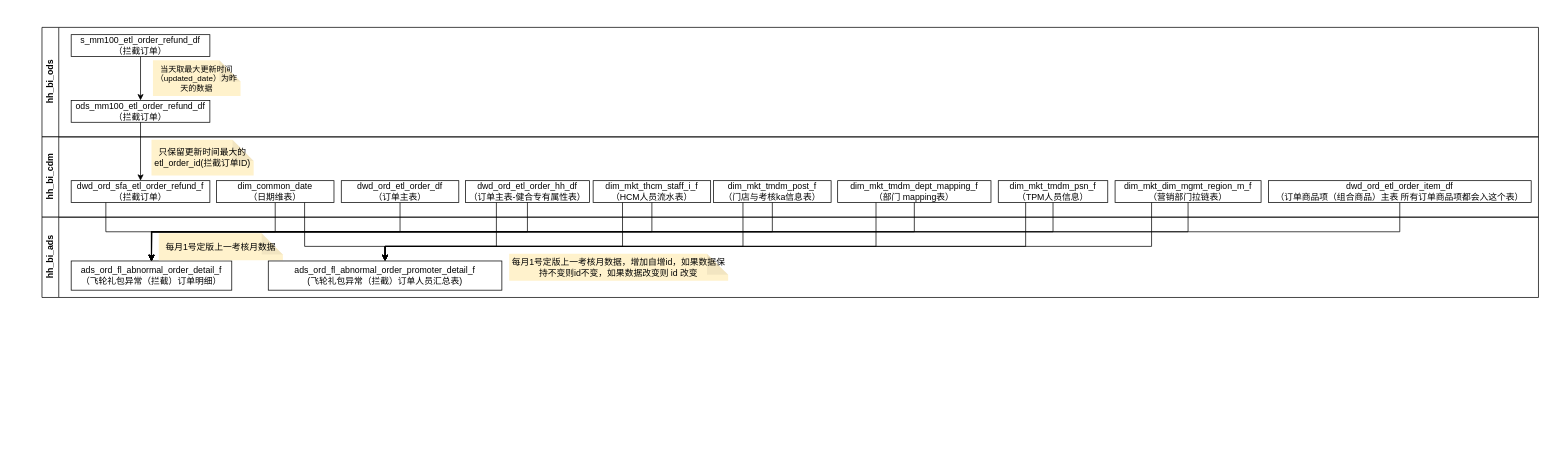
ztacode/drawio keeps this draw.io diagram as SAW飞轮拦截(新).drawio. Above is the earlier version. Source tidied: cells renumbered, new cells numbered last; positions are measured from the earlier drawing's top-left corner, leaving out a move shared by most shapes. Both pictures are drawn from the tidied source at 73%, with x=0, y=0 at pixel (42, 27).
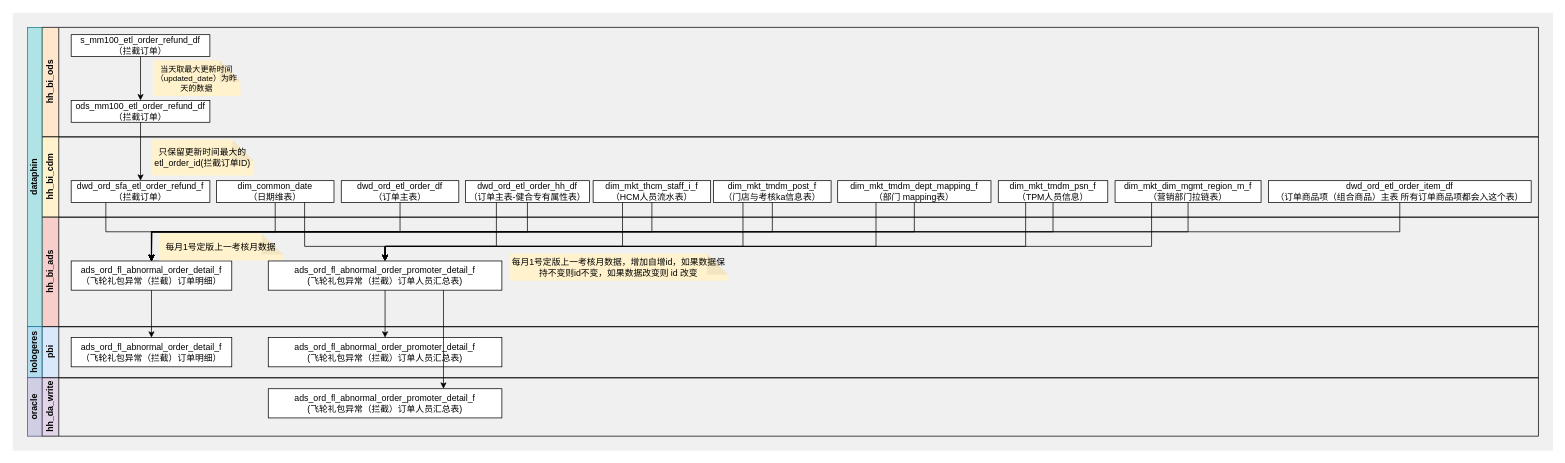
After the change.

Commit message:
更新SAW飞轮拦截(新).drawio

Unchanged cells that the change refers to:
```xml
<mxCell id="22" value="ads_ord_fl_abnormal_order_detail_f&lt;br&gt;（飞轮礼包异常（拦截）订单明细）" style="rounded=0;whiteSpace=wrap;html=1;" parent="21" vertex="1">
  <mxGeometry x="40" y="60" width="220" height="40" as="geometry" />
</mxCell>
<mxCell id="24" value="ads_ord_fl_abnormal_order_promoter_detail_f&lt;br&gt;(飞轮礼包异常（拦截）订单人员汇总表)" style="rounded=0;whiteSpace=wrap;html=1;" parent="21" vertex="1">
  <mxGeometry x="310" y="60" width="320" height="40" as="geometry" />
</mxCell>
```

Change to the diagram source:
```diff
@@
+    <mxCell id="42" style="rounded=0;whiteSpace=wrap;html=1;fillColor=#F0F0F0;strokeColor=none;" parent="1" vertex="1">
+      <mxGeometry x="-40" y="-20" width="2110" height="600" as="geometry" />
+    </mxCell>
-    <mxCell id="2" value="hh_bi_ods" style="swimlane;horizontal=0;whiteSpace=wrap;html=1;startSize=23;" parent="1" vertex="1">
+    <mxCell id="2" value="hh_bi_ods" style="swimlane;horizontal=0;whiteSpace=wrap;html=1;startSize=23;fillColor=#ffe6cc;strokeColor=default;" parent="1" vertex="1">
       <mxGeometry width="2050" height="150" as="geometry" />
     </mxCell>
@@
-    <mxCell id="7" value="hh_bi_cdm" style="swimlane;horizontal=0;whiteSpace=wrap;html=1;startSize=23;" parent="1" vertex="1">
+    <mxCell id="7" value="hh_bi_cdm" style="swimlane;horizontal=0;whiteSpace=wrap;html=1;startSize=23;fillColor=#fff2cc;strokeColor=default;" parent="1" vertex="1">
       <mxGeometry y="150" width="2050" height="110" as="geometry" />
     </mxCell>
@@
-    <mxCell id="21" value="hh_bi_ads" style="swimlane;horizontal=0;whiteSpace=wrap;html=1;startSize=23;" parent="1" vertex="1">
-      <mxGeometry y="260" width="2050" height="110" as="geometry" />
+    <mxCell id="21" value="hh_bi_ads" style="swimlane;horizontal=0;whiteSpace=wrap;html=1;startSize=23;fillColor=#f8cecc;strokeColor=default;" parent="1" vertex="1">
+      <mxGeometry y="260" width="2050" height="150" as="geometry" />
     </mxCell>
@@
+    <mxCell id="43" value="pbi" style="swimlane;horizontal=0;whiteSpace=wrap;html=1;startSize=23;fillColor=#dae8fc;strokeColor=default;" parent="1" vertex="1">
+      <mxGeometry y="410" width="2050" height="70" as="geometry" />
+    </mxCell>
+    <mxCell id="44" value="ads_ord_fl_abnormal_order_detail_f&lt;br&gt;（飞轮礼包异常（拦截）订单明细）" style="rounded=0;whiteSpace=wrap;html=1;" parent="43" vertex="1">
+      <mxGeometry x="40" y="15" width="220" height="40" as="geometry" />
+    </mxCell>
+    <mxCell id="45" value="ads_ord_fl_abnormal_order_promoter_detail_f&lt;br&gt;(飞轮礼包异常（拦截）订单人员汇总表)" style="rounded=0;whiteSpace=wrap;html=1;" parent="43" vertex="1">
+      <mxGeometry x="310" y="15" width="320" height="40" as="geometry" />
+    </mxCell>
+    <mxCell id="46" value="dataphin" style="rounded=0;whiteSpace=wrap;html=1;horizontal=0;fontStyle=1;fillColor=#b0e3e6;strokeColor=#0e8088;" parent="1" vertex="1">
+      <mxGeometry x="-20" width="20" height="410" as="geometry" />
+    </mxCell>
+    <mxCell id="47" value="hologeres" style="rounded=0;whiteSpace=wrap;html=1;horizontal=0;fontStyle=1;fillColor=#b1ddf0;strokeColor=#10739e;" parent="1" vertex="1">
+      <mxGeometry x="-20" y="410" width="20" height="70" as="geometry" />
+    </mxCell>
+    <mxCell id="48" style="edgeStyle=orthogonalEdgeStyle;rounded=0;jettySize=auto;html=1;exitX=0.5;exitY=1;exitDx=0;exitDy=0;entryX=0.5;entryY=0;entryDx=0;entryDy=0;" parent="1" edge="1" source="22" target="44">
+      <mxGeometry relative="1" as="geometry" />
+    </mxCell>
+    <mxCell id="49" style="edgeStyle=orthogonalEdgeStyle;rounded=0;jettySize=auto;html=1;exitX=0.5;exitY=1;exitDx=0;exitDy=0;entryX=0.5;entryY=0;entryDx=0;entryDy=0;" parent="1" edge="1" source="24" target="45">
+      <mxGeometry relative="1" as="geometry" />
+    </mxCell>
+    <mxCell id="50" value="hh_da_write" style="swimlane;horizontal=0;whiteSpace=wrap;html=1;startSize=23;fillColor=#e1d5e7;strokeColor=default;" parent="1" vertex="1">
+      <mxGeometry y="480" width="2050" height="80" as="geometry" />
+    </mxCell>
+    <mxCell id="51" value="ads_ord_fl_abnormal_order_promoter_detail_f&lt;br&gt;(飞轮礼包异常（拦截）订单人员汇总表)" style="rounded=0;whiteSpace=wrap;html=1;" parent="50" vertex="1">
+      <mxGeometry x="310" y="15" width="320" height="40" as="geometry" />
+    </mxCell>
+    <mxCell id="52" value="oracle" style="rounded=0;whiteSpace=wrap;html=1;horizontal=0;fontStyle=1;fillColor=#d0cee2;strokeColor=#56517e;" parent="1" vertex="1">
+      <mxGeometry x="-20" y="480" width="20" height="80" as="geometry" />
+    </mxCell>
+    <mxCell id="53" style="edgeStyle=orthogonalEdgeStyle;rounded=0;jettySize=auto;html=1;exitX=0.75;exitY=1;exitDx=0;exitDy=0;entryX=0.75;entryY=0;entryDx=0;entryDy=0;" parent="1" edge="1" source="24" target="51">
+      <mxGeometry relative="1" as="geometry" />
+    </mxCell>
```
